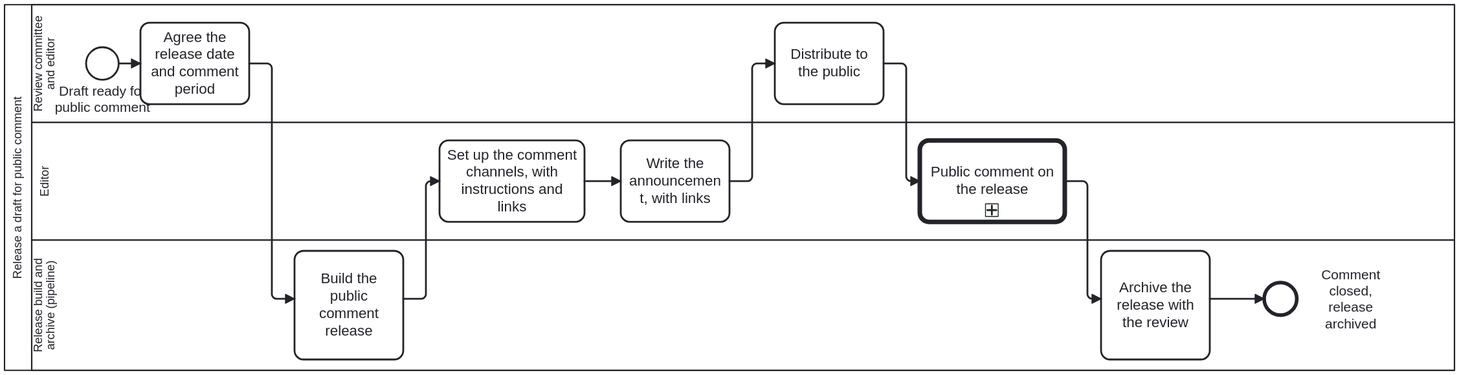
This is processes/content/public-comment-release.svg from litlfred/folio-assistant-core, a BPMN export, as it was before one commit. Its source is kept beside it as processes/content/public-comment-release.bpmn. Ids are renumbered.
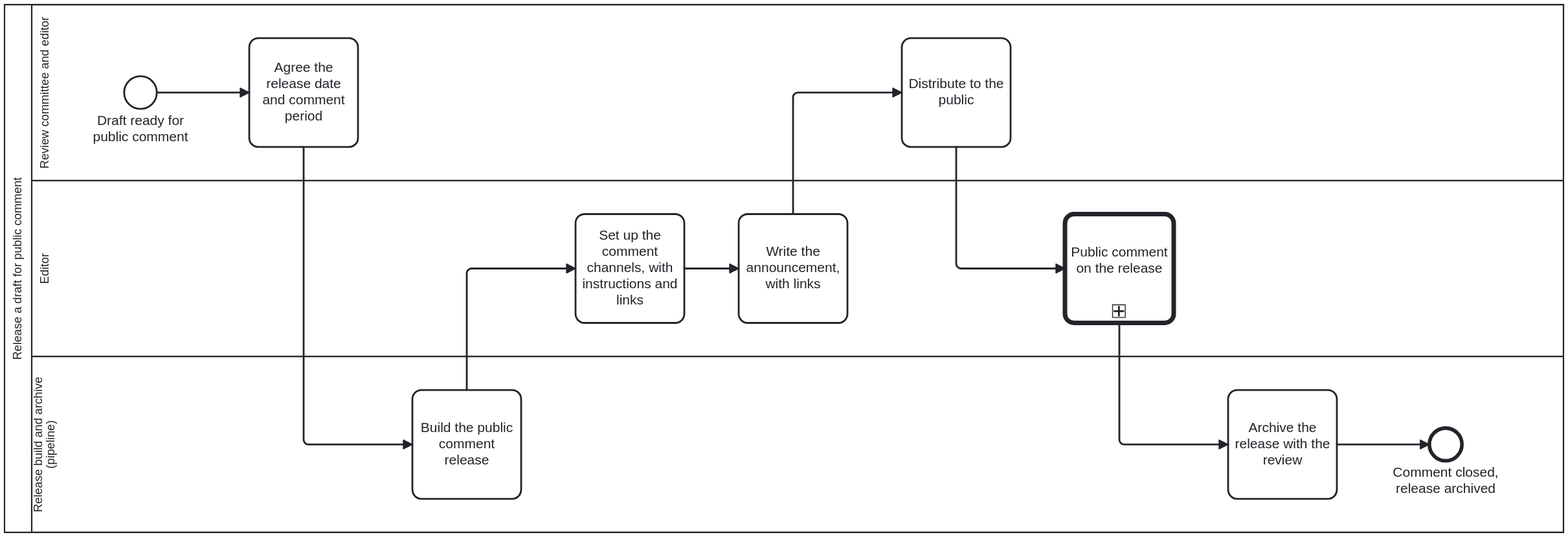
The same file after the commit.

What changed in the source:
```diff
@@ -117,57 +117,54 @@
   </bpmn:process>
   <bpmndi:BPMNDiagram id="BPMNDiagram_PublicCommentRelease">
     <bpmndi:BPMNPlane id="BPMNPlane_PublicCommentRelease" bpmnElement="Collaboration_PublicCommentRelease">
-      <bpmndi:BPMNShape id="Participant_PublicCommentRelease_di" bpmnElement="Participant_PublicCommentRelease" isHorizontal="true"><dc:Bounds x="100" y="60" width="1600" height="404" /></bpmndi:BPMNShape>
-      <bpmndi:BPMNShape id="Lane_Committee_di" bpmnElement="Lane_Committee" isHorizontal="true"><dc:Bounds x="130" y="60" width="1570" height="130" /></bpmndi:BPMNShape>
-      <bpmndi:BPMNShape id="Lane_Editor_di" bpmnElement="Lane_Editor" isHorizontal="true"><dc:Bounds x="130" y="190" width="1570" height="130" /></bpmndi:BPMNShape>
-      <bpmndi:BPMNShape id="Lane_Pipeline_di" bpmnElement="Lane_Pipeline" isHorizontal="true"><dc:Bounds x="130" y="320" width="1570" height="144" /></bpmndi:BPMNShape>
-      <bpmndi:BPMNShape id="StartEvent_DraftReady_di" bpmnElement="StartEvent_DraftReady"><dc:Bounds x="190" y="107" width="36" height="36" /><bpmndi:BPMNLabel><dc:Bounds x="153" y="147" width="110" height="40" /></bpmndi:BPMNLabel></bpmndi:BPMNShape>
-      <bpmndi:BPMNShape id="Task_AgreeReleaseDate_di" bpmnElement="Task_AgreeReleaseDate"><dc:Bounds x="250" y="80" width="120" height="90" /></bpmndi:BPMNShape>
-      <bpmndi:BPMNShape id="Task_BuildPcRelease_di" bpmnElement="Task_BuildPcRelease"><dc:Bounds x="420" y="332" width="120" height="120" /></bpmndi:BPMNShape>
-      <bpmndi:BPMNShape id="Task_SetUpChannels_di" bpmnElement="Task_SetUpChannels"><dc:Bounds x="580" y="210" width="160" height="90" /></bpmndi:BPMNShape>
-      <bpmndi:BPMNShape id="Task_WriteAnnouncement_di" bpmnElement="Task_WriteAnnouncement"><dc:Bounds x="780" y="210" width="120" height="90" /></bpmndi:BPMNShape>
-      <bpmndi:BPMNShape id="Task_Distribute_di" bpmnElement="Task_Distribute"><dc:Bounds x="950" y="80" width="120" height="90" /></bpmndi:BPMNShape>
-      <bpmndi:BPMNShape id="CallActivity_PublicComment_di" bpmnElement="CallActivity_PublicComment"><dc:Bounds x="1110" y="210" width="160" height="90" /></bpmndi:BPMNShape>
-      <bpmndi:BPMNShape id="Task_ArchiveRelease_di" bpmnElement="Task_ArchiveRelease"><dc:Bounds x="1310" y="332" width="120" height="120" /></bpmndi:BPMNShape>
-      <bpmndi:BPMNShape id="EndEvent_Closed_di" bpmnElement="EndEvent_Closed"><dc:Bounds x="1490" y="367" width="36" height="36" /><bpmndi:BPMNLabel><dc:Bounds x="1530" y="349.5" width="110" height="71" /></bpmndi:BPMNLabel></bpmndi:BPMNShape>
-      <bpmndi:BPMNEdge id="Flow_DraftReady_To_AgreeReleaseDate_di" bpmnElement="Flow_DraftReady_To_AgreeReleaseDate"><di:waypoint x="226" y="125" /><di:waypoint x="250" y="125" /></bpmndi:BPMNEdge>
+      <bpmndi:BPMNShape id="Participant_PublicCommentRelease_di" bpmnElement="Participant_PublicCommentRelease" isHorizontal="true"><dc:Bounds x="100" y="60" width="1720" height="582" /></bpmndi:BPMNShape>
+      <bpmndi:BPMNShape id="Lane_Committee_di" bpmnElement="Lane_Committee" isHorizontal="true"><dc:Bounds x="130" y="60" width="1690" height="194" /></bpmndi:BPMNShape>
+      <bpmndi:BPMNShape id="Lane_Editor_di" bpmnElement="Lane_Editor" isHorizontal="true"><dc:Bounds x="130" y="254" width="1690" height="194" /></bpmndi:BPMNShape>
+      <bpmndi:BPMNShape id="Lane_Pipeline_di" bpmnElement="Lane_Pipeline" isHorizontal="true"><dc:Bounds x="130" y="448" width="1690" height="194" /></bpmndi:BPMNShape>
+      <bpmndi:BPMNShape id="StartEvent_DraftReady_di" bpmnElement="StartEvent_DraftReady"><dc:Bounds x="232" y="139" width="36" height="36" /><bpmndi:BPMNLabel><dc:Bounds x="153" y="147" width="110" height="40" /></bpmndi:BPMNLabel></bpmndi:BPMNShape>
+      <bpmndi:BPMNShape id="Task_AgreeReleaseDate_di" bpmnElement="Task_AgreeReleaseDate"><dc:Bounds x="370" y="97" width="120" height="120" /></bpmndi:BPMNShape>
+      <bpmndi:BPMNShape id="Task_BuildPcRelease_di" bpmnElement="Task_BuildPcRelease"><dc:Bounds x="550" y="485" width="120" height="120" /></bpmndi:BPMNShape>
+      <bpmndi:BPMNShape id="Task_SetUpChannels_di" bpmnElement="Task_SetUpChannels"><dc:Bounds x="730" y="291" width="120" height="120" /></bpmndi:BPMNShape>
+      <bpmndi:BPMNShape id="Task_WriteAnnouncement_di" bpmnElement="Task_WriteAnnouncement"><dc:Bounds x="910" y="291" width="120" height="120" /></bpmndi:BPMNShape>
+      <bpmndi:BPMNShape id="Task_Distribute_di" bpmnElement="Task_Distribute"><dc:Bounds x="1090" y="97" width="120" height="120" /></bpmndi:BPMNShape>
+      <bpmndi:BPMNShape id="CallActivity_PublicComment_di" bpmnElement="CallActivity_PublicComment"><dc:Bounds x="1270" y="291" width="120" height="120" /></bpmndi:BPMNShape>
+      <bpmndi:BPMNShape id="Task_ArchiveRelease_di" bpmnElement="Task_ArchiveRelease"><dc:Bounds x="1450" y="485" width="120" height="120" /></bpmndi:BPMNShape>
+      <bpmndi:BPMNShape id="EndEvent_Closed_di" bpmnElement="EndEvent_Closed"><dc:Bounds x="1672" y="527" width="36" height="36" /><bpmndi:BPMNLabel><dc:Bounds x="1530" y="349.5" width="110" height="71" /></bpmndi:BPMNLabel></bpmndi:BPMNShape>
+      <bpmndi:BPMNEdge id="Flow_DraftReady_To_AgreeReleaseDate_di" bpmnElement="Flow_DraftReady_To_AgreeReleaseDate">
+        <di:waypoint x="268" y="157" />
+        <di:waypoint x="370" y="157" /></bpmndi:BPMNEdge>
       <bpmndi:BPMNEdge id="Flow_AgreeReleaseDate_To_BuildPcRelease_di" bpmnElement="Flow_AgreeReleaseDate_To_BuildPcRelease">
-        <di:waypoint x="370" y="125" />
-        <di:waypoint x="395" y="125" />
-        <di:waypoint x="395" y="385" />
-        <di:waypoint x="420" y="385" />
+        <di:waypoint x="430" y="217" />
+        <di:waypoint x="430" y="545" />
+        <di:waypoint x="550" y="545" />
       </bpmndi:BPMNEdge>
       <bpmndi:BPMNEdge id="Flow_BuildPcRelease_To_SetUpChannels_di" bpmnElement="Flow_BuildPcRelease_To_SetUpChannels">
-        <di:waypoint x="540" y="385" />
-        <di:waypoint x="565" y="385" />
-        <di:waypoint x="565" y="255" />
-        <di:waypoint x="580" y="255" />
+        <di:waypoint x="610" y="485" />
+        <di:waypoint x="610" y="351" />
+        <di:waypoint x="730" y="351" />
       </bpmndi:BPMNEdge>
       <bpmndi:BPMNEdge id="Flow_SetUpChannels_To_WriteAnnouncement_di" bpmnElement="Flow_SetUpChannels_To_WriteAnnouncement">
-        <di:waypoint x="740" y="255" />
-        <di:waypoint x="780" y="255" />
+        <di:waypoint x="850" y="351" />
+        <di:waypoint x="910" y="351" />
       </bpmndi:BPMNEdge>
       <bpmndi:BPMNEdge id="Flow_WriteAnnouncement_To_Distribute_di" bpmnElement="Flow_WriteAnnouncement_To_Distribute">
-        <di:waypoint x="900" y="255" />
-        <di:waypoint x="925" y="255" />
-        <di:waypoint x="925" y="125" />
-        <di:waypoint x="950" y="125" />
+        <di:waypoint x="970" y="291" />
+        <di:waypoint x="970" y="157" />
+        <di:waypoint x="1090" y="157" />
       </bpmndi:BPMNEdge>
       <bpmndi:BPMNEdge id="Flow_Distribute_To_PublicComment_di" bpmnElement="Flow_Distribute_To_PublicComment">
-        <di:waypoint x="1070" y="125" />
-        <di:waypoint x="1095" y="125" />
-        <di:waypoint x="1095" y="255" />
-        <di:waypoint x="1110" y="255" />
+        <di:waypoint x="1150" y="217" />
+        <di:waypoint x="1150" y="351" />
+        <di:waypoint x="1270" y="351" />
       </bpmndi:BPMNEdge>
       <bpmndi:BPMNEdge id="Flow_PublicComment_To_ArchiveRelease_di" bpmnElement="Flow_PublicComment_To_ArchiveRelease">
-        <di:waypoint x="1270" y="255" />
-        <di:waypoint x="1295" y="255" />
-        <di:waypoint x="1295" y="385" />
-        <di:waypoint x="1310" y="385" />
+        <di:waypoint x="1330" y="411" />
+        <di:waypoint x="1330" y="545" />
+        <di:waypoint x="1450" y="545" />
       </bpmndi:BPMNEdge>
       <bpmndi:BPMNEdge id="Flow_ArchiveRelease_To_Closed_di" bpmnElement="Flow_ArchiveRelease_To_Closed">
-        <di:waypoint x="1430" y="385" />
-        <di:waypoint x="1490" y="385" />
+        <di:waypoint x="1570" y="545" />
+        <di:waypoint x="1672" y="545" />
       </bpmndi:BPMNEdge>
     </bpmndi:BPMNPlane>
   </bpmndi:BPMNDiagram>
```
